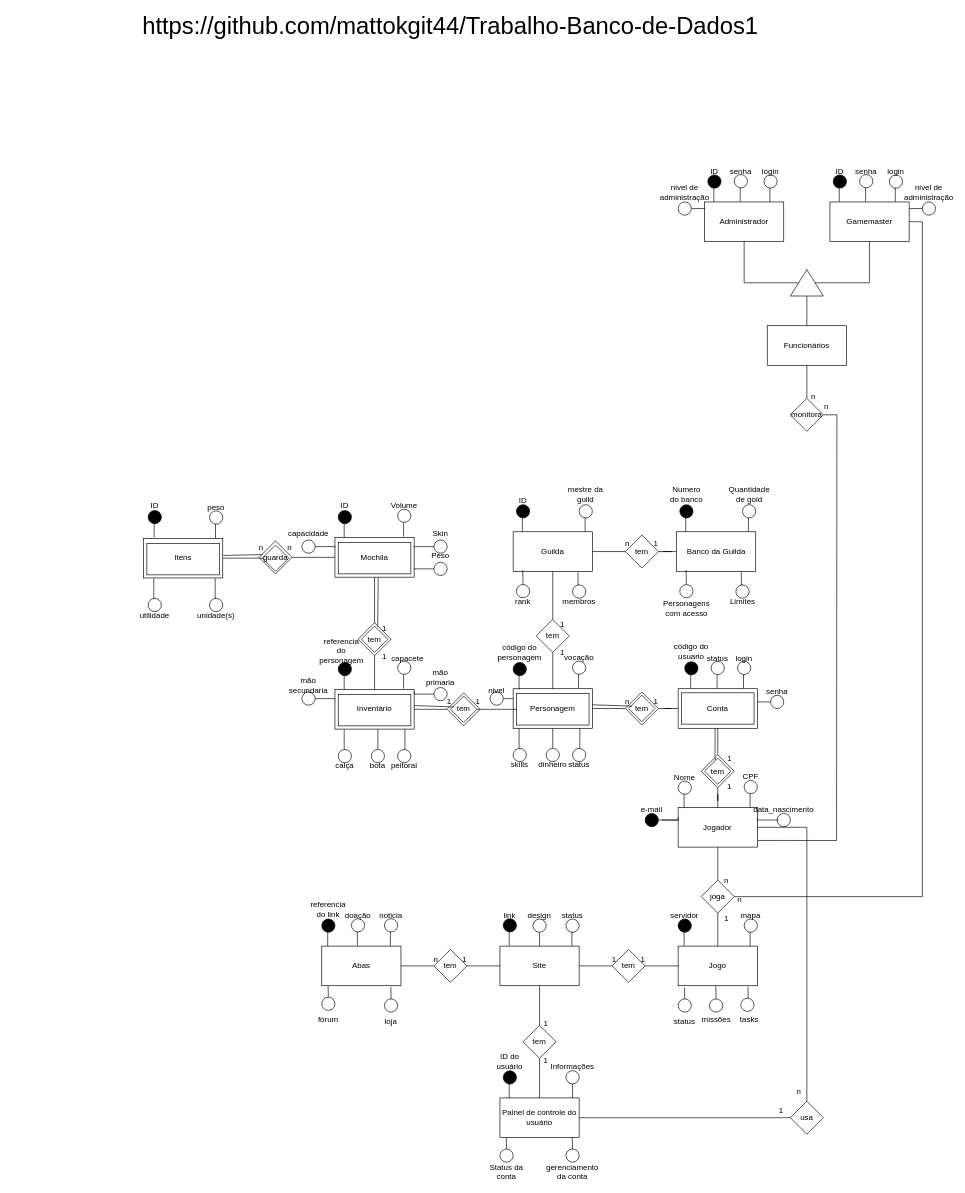
mattokgit44/Trabalho-Banco-de-Dados1 keeps this draw.io diagram as v2 BD1/Modelo Entidade Relacionamento BD1 v2.drawio. Above is the earlier version. Source tidied: cells renumbered, new cells numbered last; positions are measured from the earlier drawing's top-left corner, leaving out a move shared by most shapes. Both pictures are drawn from the tidied source at 66%, with x=0, y=0 at pixel (11, 15).
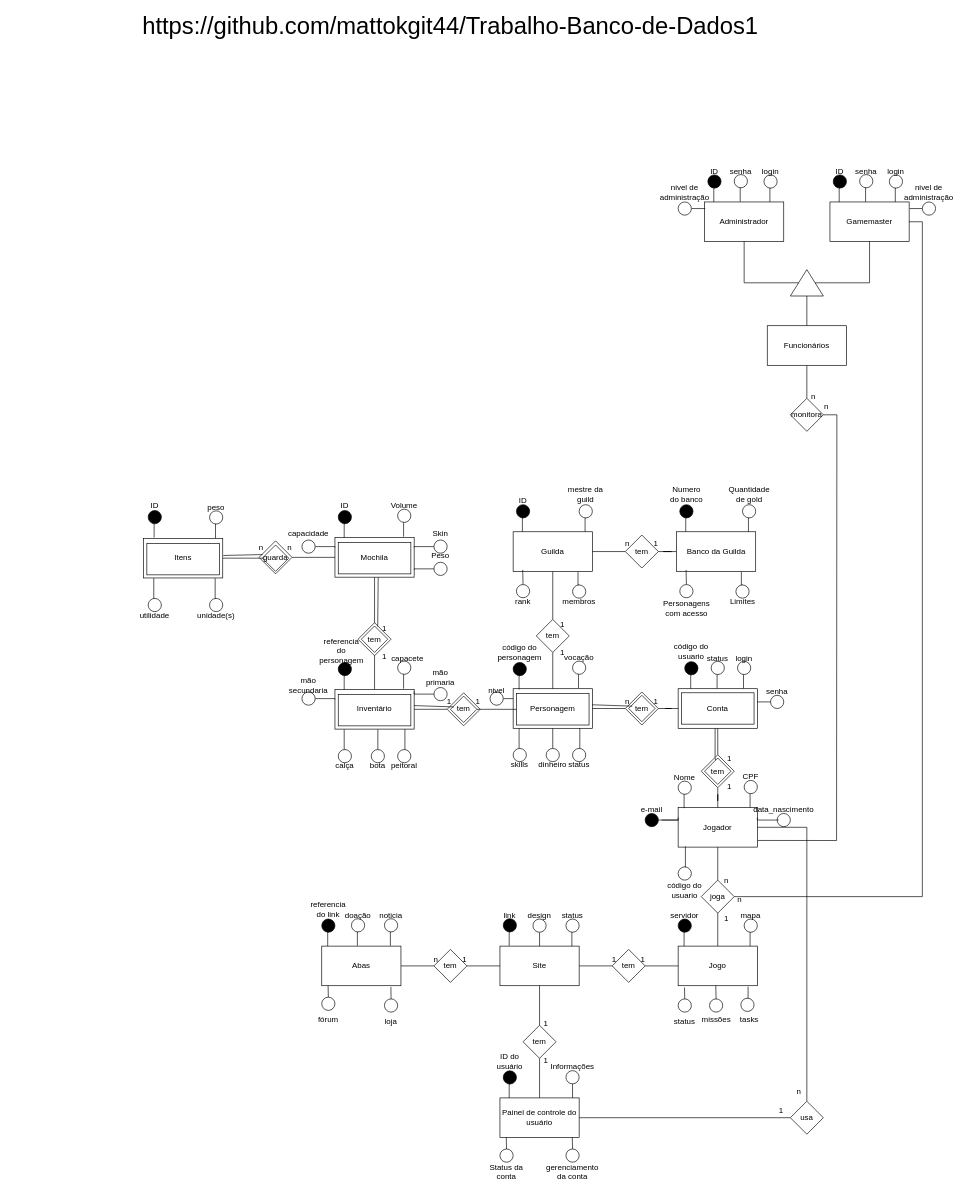
The same diagram, later.

What changed in the source:
```diff
@@
+    <mxCell id="284" style="edgeStyle=orthogonalEdgeStyle;rounded=0;jettySize=auto;html=1;exitX=0.5;exitY=0;exitDx=0;exitDy=0;entryX=0.842;entryY=0.992;entryDx=0;entryDy=0;entryPerimeter=0;endArrow=none;endFill=0;" parent="1" edge="1" source="285">
+      <mxGeometry relative="1" as="geometry">
+        <mxPoint x="1021" y="1259" as="targetPoint" />
+      </mxGeometry>
+    </mxCell>
+    <mxCell id="285" style="ellipse;whiteSpace=wrap;html=1;" parent="1" vertex="1">
+      <mxGeometry x="1010" y="1290" width="20" height="20" as="geometry" />
+    </mxCell>
+    <mxCell id="286" value="código do usuario" style="text;html=1;strokeColor=none;fillColor=none;align=center;verticalAlign=middle;whiteSpace=wrap;rounded=0;" parent="1" vertex="1">
+      <mxGeometry x="990" y="1310" width="60" height="30" as="geometry" />
+    </mxCell>
```
